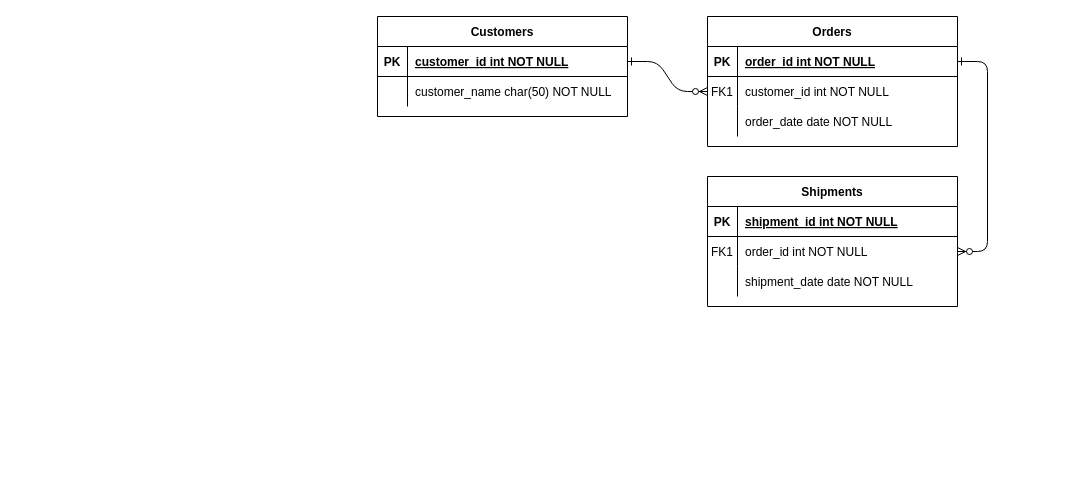
The draw.io diagram page "Page-1" (1 of 2) of catalogo_filmes.drawio in adrianopspadilha/BDR-W, before the edit. Source tidied: cells renumbered, new cells numbered last; positions are measured from the earlier drawing's top-left corner, leaving out a move shared by most shapes. Both pictures are drawn from the tidied source at 100%, with x=0, y=0 at pixel (377, 16).
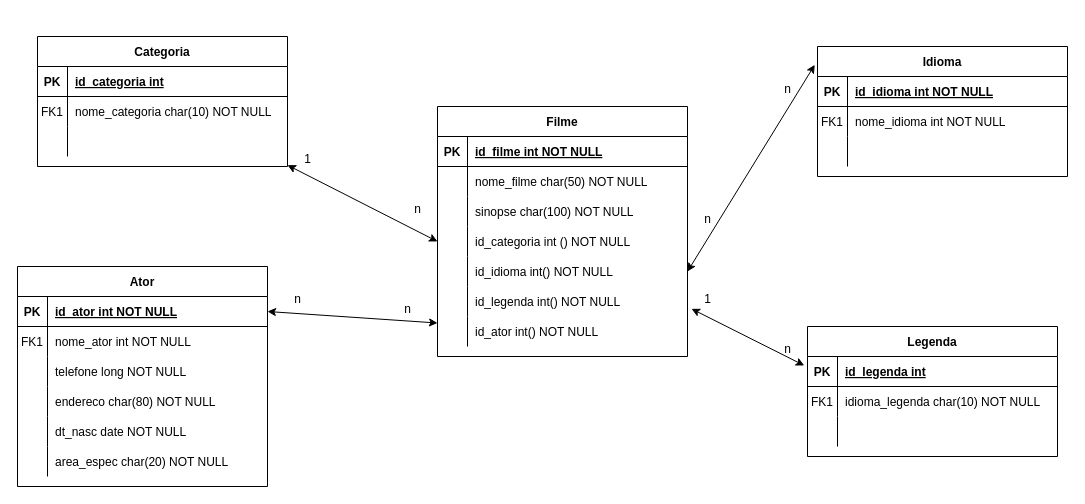
The same page after the edit.

Unchanged cells that the change refers to:
```xml
<mxCell id="5" style="shape=partialRectangle;fillColor=none;points=[[0,0.5],[1,0.5]];portConstraint=eastwest;top=0;left=0;right=0;bottom=1;" parent="4" vertex="1">
  <mxGeometry y="30" width="250" height="30" as="geometry" />
</mxCell>
<mxCell id="8" style="shape=partialRectangle;fillColor=none;points=[[0,0.5],[1,0.5]];portConstraint=eastwest;top=0;left=0;right=0;bottom=0;" parent="4" vertex="1">
  <mxGeometry y="60" width="250" height="30" as="geometry" />
</mxCell>
<mxCell id="11" style="shape=partialRectangle;fillColor=none;top=0;left=0;right=0;bottom=0;" parent="4" vertex="1">
  <mxGeometry y="90" width="250" height="30" as="geometry" />
</mxCell>
<mxCell id="15" style="shape=partialRectangle;fillColor=none;top=0;left=0;right=0;bottom=1;" parent="14" vertex="1">
  <mxGeometry y="30" width="250" height="30" as="geometry" />
</mxCell>
<mxCell id="18" style="shape=partialRectangle;fillColor=none;points=[[0,0.5],[1,0.5]];portConstraint=eastwest;top=0;left=0;right=0;bottom=0;" parent="14" vertex="1">
  <mxGeometry y="60" width="250" height="30" as="geometry" />
</mxCell>
<mxCell id="21" style="shape=partialRectangle;fillColor=none;top=0;left=0;right=0;bottom=0;" parent="14" vertex="1">
  <mxGeometry y="90" width="250" height="30" as="geometry" />
</mxCell>
<mxCell id="25" style="shape=partialRectangle;fillColor=none;points=[[0,0.5],[1,0.5]];portConstraint=eastwest;top=0;left=0;right=0;bottom=1;" parent="24" vertex="1">
  <mxGeometry y="30" width="250" height="30" as="geometry" />
</mxCell>
<mxCell id="28" style="shape=partialRectangle;fillColor=none;top=0;left=0;right=0;bottom=0;" parent="24" vertex="1">
  <mxGeometry y="60" width="250" height="30" as="geometry" />
</mxCell>
```

The edit, as a diff of the source:
```diff
@@
-    <mxCell id="2" style="edgeStyle=entityRelationEdgeStyle;endArrow=ERzeroToMany;startArrow=ERone;endFill=1;startFill=0;" parent="1" edge="1" source="25" target="8">
-      <mxGeometry relative="1" as="geometry" />
-    </mxCell>
-    <mxCell id="3" style="edgeStyle=entityRelationEdgeStyle;endArrow=ERzeroToMany;startArrow=ERone;endFill=1;startFill=0;" parent="1" edge="1" source="5" target="18">
-      <mxGeometry relative="1" as="geometry" />
-    </mxCell>
-    <mxCell id="4" value="Orders" style="shape=table;startSize=30;childLayout=tableLayout;rowLines=0;fontStyle=1;align=center;" parent="1" vertex="1">
-      <mxGeometry x="330" width="250" height="130" as="geometry" />
+    <mxCell id="4" value="Ator" style="shape=table;startSize=30;childLayout=tableLayout;rowLines=0;fontStyle=1;align=center;" parent="1" vertex="1">
+      <mxGeometry x="-360" y="250" width="250" height="220" as="geometry" />
     </mxCell>
@@
-    <mxCell id="7" value="order_id int NOT NULL " style="shape=partialRectangle;overflow=hidden;fillColor=none;top=0;left=0;bottom=0;right=0;align=left;spacingLeft=6;fontStyle=5;" parent="5" vertex="1">
+    <mxCell id="7" value="id_ator int NOT NULL " style="shape=partialRectangle;overflow=hidden;fillColor=none;top=0;left=0;bottom=0;right=0;align=left;spacingLeft=6;fontStyle=5;" parent="5" vertex="1">
       <mxGeometry x="30" width="220" height="30" as="geometry" />
     </mxCell>
@@
-    <mxCell id="10" value="customer_id int NOT NULL" style="shape=partialRectangle;overflow=hidden;fillColor=none;top=0;left=0;bottom=0;right=0;align=left;spacingLeft=6;" parent="8" vertex="1">
+    <mxCell id="10" value="nome_ator int NOT NULL" style="shape=partialRectangle;overflow=hidden;fillColor=none;top=0;left=0;bottom=0;right=0;align=left;spacingLeft=6;" parent="8" vertex="1">
       <mxGeometry x="30" width="220" height="30" as="geometry" />
     </mxCell>
@@
-    <mxCell id="13" value="order_date date NOT NULL" style="shape=partialRectangle;overflow=hidden;fillColor=none;top=0;left=0;bottom=0;right=0;align=left;spacingLeft=6;" parent="11" vertex="1">
+    <mxCell id="13" value="telefone long NOT NULL" style="shape=partialRectangle;overflow=hidden;fillColor=none;top=0;left=0;bottom=0;right=0;align=left;spacingLeft=6;" parent="11" vertex="1">
       <mxGeometry x="30" width="220" height="30" as="geometry" />
     </mxCell>
+    <mxCell id="31" style="shape=partialRectangle;fillColor=none;top=0;left=0;right=0;bottom=0;" parent="4" vertex="1">
+      <mxGeometry y="120" width="250" height="30" as="geometry" />
+    </mxCell>
+    <mxCell id="32" style="shape=partialRectangle;overflow=hidden;fillColor=none;top=0;left=0;bottom=0;right=0;" parent="31" vertex="1">
+      <mxGeometry width="30" height="30" as="geometry" />
+    </mxCell>
+    <mxCell id="33" value="endereco char(80) NOT NULL" style="shape=partialRectangle;overflow=hidden;fillColor=none;top=0;left=0;bottom=0;right=0;align=left;spacingLeft=6;" parent="31" vertex="1">
+      <mxGeometry x="30" width="220" height="30" as="geometry" />
+    </mxCell>
+    <mxCell id="34" style="shape=partialRectangle;fillColor=none;top=0;left=0;right=0;bottom=0;" parent="4" vertex="1">
+      <mxGeometry y="150" width="250" height="30" as="geometry" />
+    </mxCell>
+    <mxCell id="35" style="shape=partialRectangle;overflow=hidden;fillColor=none;top=0;left=0;bottom=0;right=0;" parent="34" vertex="1">
+      <mxGeometry width="30" height="30" as="geometry" />
+    </mxCell>
+    <mxCell id="36" value="dt_nasc date NOT NULL" style="shape=partialRectangle;overflow=hidden;fillColor=none;top=0;left=0;bottom=0;right=0;align=left;spacingLeft=6;" parent="34" vertex="1">
+      <mxGeometry x="30" width="220" height="30" as="geometry" />
+    </mxCell>
+    <mxCell id="37" style="shape=partialRectangle;fillColor=none;top=0;left=0;right=0;bottom=0;" parent="4" vertex="1">
+      <mxGeometry y="180" width="250" height="30" as="geometry" />
+    </mxCell>
+    <mxCell id="38" style="shape=partialRectangle;overflow=hidden;fillColor=none;top=0;left=0;bottom=0;right=0;" parent="37" vertex="1">
+      <mxGeometry width="30" height="30" as="geometry" />
+    </mxCell>
+    <mxCell id="39" value="area_espec char(20) NOT NULL" style="shape=partialRectangle;overflow=hidden;fillColor=none;top=0;left=0;bottom=0;right=0;align=left;spacingLeft=6;" parent="37" vertex="1">
+      <mxGeometry x="30" width="220" height="30" as="geometry" />
+    </mxCell>
-    <mxCell id="14" value="Shipments" style="shape=table;startSize=30;childLayout=tableLayout;rowLines=0;fontStyle=1;align=center;" parent="1" vertex="1">
-      <mxGeometry x="330" y="160" width="250" height="130" as="geometry" />
+    <mxCell id="14" value="Idioma" style="shape=table;startSize=30;childLayout=tableLayout;rowLines=0;fontStyle=1;align=center;" parent="1" vertex="1">
+      <mxGeometry x="440" y="30" width="250" height="130" as="geometry" />
     </mxCell>
@@
-    <mxCell id="17" value="shipment_id int NOT NULL " style="shape=partialRectangle;overflow=hidden;fillColor=none;top=0;left=0;bottom=0;right=0;align=left;spacingLeft=6;fontStyle=5;" parent="15" vertex="1">
+    <mxCell id="17" value="id_idioma int NOT NULL " style="shape=partialRectangle;overflow=hidden;fillColor=none;top=0;left=0;bottom=0;right=0;align=left;spacingLeft=6;fontStyle=5;" parent="15" vertex="1">
       <mxGeometry x="30" width="220" height="30" as="geometry" />
     </mxCell>
@@
-    <mxCell id="20" value="order_id int NOT NULL" style="shape=partialRectangle;overflow=hidden;fillColor=none;top=0;left=0;bottom=0;right=0;align=left;spacingLeft=6;" parent="18" vertex="1">
+    <mxCell id="20" value="nome_idioma int NOT NULL" style="shape=partialRectangle;overflow=hidden;fillColor=none;top=0;left=0;bottom=0;right=0;align=left;spacingLeft=6;" parent="18" vertex="1">
       <mxGeometry x="30" width="220" height="30" as="geometry" />
     </mxCell>
@@
-    <mxCell id="23" value="shipment_date date NOT NULL" style="shape=partialRectangle;overflow=hidden;fillColor=none;top=0;left=0;bottom=0;right=0;align=left;spacingLeft=6;" parent="21" vertex="1">
+    <mxCell id="23" style="shape=partialRectangle;overflow=hidden;fillColor=none;top=0;left=0;bottom=0;right=0;align=left;spacingLeft=6;" parent="21" vertex="1">
       <mxGeometry x="30" width="220" height="30" as="geometry" />
     </mxCell>
-    <mxCell id="24" value="Customers" style="shape=table;startSize=30;childLayout=tableLayout;rowLines=0;fontStyle=1;align=center;" parent="1" vertex="1">
-      <mxGeometry width="250" height="100" as="geometry" />
+    <mxCell id="24" value="Filme" style="shape=table;startSize=30;childLayout=tableLayout;rowLines=0;fontStyle=1;align=center;" parent="1" vertex="1">
+      <mxGeometry x="60" y="90" width="250" height="250" as="geometry" />
     </mxCell>
@@
-    <mxCell id="27" value="customer_id int NOT NULL " style="shape=partialRectangle;overflow=hidden;fillColor=none;top=0;left=0;bottom=0;right=0;align=left;spacingLeft=6;fontStyle=5;" parent="25" vertex="1">
+    <mxCell id="27" value="id_filme int NOT NULL" style="shape=partialRectangle;overflow=hidden;fillColor=none;top=0;left=0;bottom=0;right=0;align=left;spacingLeft=6;fontStyle=5;" parent="25" vertex="1">
       <mxGeometry x="30" width="220" height="30" as="geometry" />
     </mxCell>
@@
-    <mxCell id="30" value="customer_name char(50) NOT NULL" style="shape=partialRectangle;overflow=hidden;fillColor=none;top=0;left=0;bottom=0;right=0;align=left;spacingLeft=6;" parent="28" vertex="1">
+    <mxCell id="30" value="nome_filme char(50) NOT NULL" style="shape=partialRectangle;overflow=hidden;fillColor=none;top=0;left=0;bottom=0;right=0;align=left;spacingLeft=6;" parent="28" vertex="1">
       <mxGeometry x="30" width="220" height="30" as="geometry" />
     </mxCell>
+    <mxCell id="40" style="shape=partialRectangle;fillColor=none;top=0;left=0;right=0;bottom=0;" parent="24" vertex="1">
+      <mxGeometry y="90" width="250" height="30" as="geometry" />
+    </mxCell>
+    <mxCell id="41" style="shape=partialRectangle;overflow=hidden;fillColor=none;top=0;left=0;bottom=0;right=0;" parent="40" vertex="1">
+      <mxGeometry width="30" height="30" as="geometry" />
+    </mxCell>
+    <mxCell id="42" value="sinopse char(100) NOT NULL" style="shape=partialRectangle;overflow=hidden;fillColor=none;top=0;left=0;bottom=0;right=0;align=left;spacingLeft=6;" parent="40" vertex="1">
+      <mxGeometry x="30" width="220" height="30" as="geometry" />
+    </mxCell>
+    <mxCell id="43" style="shape=partialRectangle;fillColor=none;points=[[0,0.5],[1,0.5]];portConstraint=eastwest;top=0;left=0;right=0;bottom=0;" parent="24" vertex="1">
+      <mxGeometry y="120" width="250" height="30" as="geometry" />
+    </mxCell>
+    <mxCell id="44" style="shape=partialRectangle;overflow=hidden;fillColor=none;top=0;left=0;bottom=0;right=0;" parent="43" vertex="1">
+      <mxGeometry width="30" height="30" as="geometry" />
+    </mxCell>
+    <mxCell id="45" value="id_categoria int () NOT NULL" style="shape=partialRectangle;overflow=hidden;fillColor=none;top=0;left=0;bottom=0;right=0;align=left;spacingLeft=6;" parent="43" vertex="1">
+      <mxGeometry x="30" width="220" height="30" as="geometry" />
+    </mxCell>
+    <mxCell id="46" style="shape=partialRectangle;fillColor=none;points=[[0,0.5],[1,0.5]];portConstraint=eastwest;top=0;left=0;right=0;bottom=0;" parent="24" vertex="1">
+      <mxGeometry y="150" width="250" height="30" as="geometry" />
+    </mxCell>
+    <mxCell id="47" style="shape=partialRectangle;overflow=hidden;fillColor=none;top=0;left=0;bottom=0;right=0;" parent="46" vertex="1">
+      <mxGeometry width="30" height="30" as="geometry" />
+    </mxCell>
+    <mxCell id="48" value="id_idioma int() NOT NULL" style="shape=partialRectangle;overflow=hidden;fillColor=none;top=0;left=0;bottom=0;right=0;align=left;spacingLeft=6;" parent="46" vertex="1">
+      <mxGeometry x="30" width="220" height="30" as="geometry" />
+    </mxCell>
+    <mxCell id="49" style="shape=partialRectangle;fillColor=none;points=[[0,0.5],[1,0.5]];portConstraint=eastwest;top=0;left=0;right=0;bottom=0;" parent="24" vertex="1">
+      <mxGeometry y="180" width="250" height="30" as="geometry" />
+    </mxCell>
+    <mxCell id="50" style="shape=partialRectangle;overflow=hidden;fillColor=none;top=0;left=0;bottom=0;right=0;" parent="49" vertex="1">
+      <mxGeometry width="30" height="30" as="geometry" />
+    </mxCell>
+    <mxCell id="51" value="id_legenda int() NOT NULL" style="shape=partialRectangle;overflow=hidden;fillColor=none;top=0;left=0;bottom=0;right=0;align=left;spacingLeft=6;" parent="49" vertex="1">
+      <mxGeometry x="30" width="220" height="30" as="geometry" />
+    </mxCell>
+    <mxCell id="52" style="shape=partialRectangle;fillColor=none;points=[[0,0.5],[1,0.5]];portConstraint=eastwest;top=0;left=0;right=0;bottom=0;" parent="24" vertex="1">
+      <mxGeometry y="210" width="250" height="30" as="geometry" />
+    </mxCell>
+    <mxCell id="53" style="shape=partialRectangle;overflow=hidden;fillColor=none;top=0;left=0;bottom=0;right=0;" parent="52" vertex="1">
+      <mxGeometry width="30" height="30" as="geometry" />
+    </mxCell>
+    <mxCell id="54" value="id_ator int() NOT NULL" style="shape=partialRectangle;overflow=hidden;fillColor=none;top=0;left=0;bottom=0;right=0;align=left;spacingLeft=6;" parent="52" vertex="1">
+      <mxGeometry x="30" width="220" height="30" as="geometry" />
+    </mxCell>
+    <mxCell id="55" value="Legenda" style="shape=table;startSize=30;childLayout=tableLayout;rowLines=0;fontStyle=1;align=center;" parent="1" vertex="1">
+      <mxGeometry x="430" y="310" width="250" height="130" as="geometry" />
+    </mxCell>
+    <mxCell id="56" style="shape=partialRectangle;fillColor=none;points=[[0,0.5],[1,0.5]];portConstraint=eastwest;top=0;left=0;right=0;bottom=1;" parent="55" vertex="1">
+      <mxGeometry y="30" width="250" height="30" as="geometry" />
+    </mxCell>
+    <mxCell id="57" value="PK" style="shape=partialRectangle;overflow=hidden;fillColor=none;top=0;left=0;bottom=0;right=0;fontStyle=1;" parent="56" vertex="1">
+      <mxGeometry width="30" height="30" as="geometry" />
+    </mxCell>
+    <mxCell id="58" value="id_legenda int" style="shape=partialRectangle;overflow=hidden;fillColor=none;top=0;left=0;bottom=0;right=0;align=left;spacingLeft=6;fontStyle=5;" parent="56" vertex="1">
+      <mxGeometry x="30" width="220" height="30" as="geometry" />
+    </mxCell>
+    <mxCell id="59" style="shape=partialRectangle;fillColor=none;top=0;left=0;right=0;bottom=0;" parent="55" vertex="1">
+      <mxGeometry y="60" width="250" height="30" as="geometry" />
+    </mxCell>
+    <mxCell id="60" value="FK1" style="shape=partialRectangle;overflow=hidden;fillColor=none;top=0;left=0;bottom=0;right=0;" parent="59" vertex="1">
+      <mxGeometry width="30" height="30" as="geometry" />
+    </mxCell>
+    <mxCell id="61" value="idioma_legenda char(10) NOT NULL" style="shape=partialRectangle;overflow=hidden;fillColor=none;top=0;left=0;bottom=0;right=0;align=left;spacingLeft=6;" parent="59" vertex="1">
+      <mxGeometry x="30" width="220" height="30" as="geometry" />
+    </mxCell>
+    <mxCell id="62" style="shape=partialRectangle;fillColor=none;top=0;left=0;right=0;bottom=0;" parent="55" vertex="1">
+      <mxGeometry y="90" width="250" height="30" as="geometry" />
+    </mxCell>
+    <mxCell id="63" style="shape=partialRectangle;overflow=hidden;fillColor=none;top=0;left=0;bottom=0;right=0;" parent="62" vertex="1">
+      <mxGeometry width="30" height="30" as="geometry" />
+    </mxCell>
+    <mxCell id="64" style="shape=partialRectangle;overflow=hidden;fillColor=none;top=0;left=0;bottom=0;right=0;align=left;spacingLeft=6;" parent="62" vertex="1">
+      <mxGeometry x="30" width="220" height="30" as="geometry" />
+    </mxCell>
+    <mxCell id="65" value="Categoria" style="shape=table;startSize=30;childLayout=tableLayout;rowLines=0;fontStyle=1;align=center;" parent="1" vertex="1">
+      <mxGeometry x="-340" y="20" width="250" height="130" as="geometry" />
+    </mxCell>
+    <mxCell id="66" style="shape=partialRectangle;fillColor=none;top=0;left=0;right=0;bottom=1;" parent="65" vertex="1">
+      <mxGeometry y="30" width="250" height="30" as="geometry" />
+    </mxCell>
+    <mxCell id="67" value="PK" style="shape=partialRectangle;overflow=hidden;fillColor=none;top=0;left=0;bottom=0;right=0;fontStyle=1;" parent="66" vertex="1">
+      <mxGeometry width="30" height="30" as="geometry" />
+    </mxCell>
+    <mxCell id="68" value="id_categoria int" style="shape=partialRectangle;overflow=hidden;fillColor=none;top=0;left=0;bottom=0;right=0;align=left;spacingLeft=6;fontStyle=5;" parent="66" vertex="1">
+      <mxGeometry x="30" width="220" height="30" as="geometry" />
+    </mxCell>
+    <mxCell id="69" style="shape=partialRectangle;fillColor=none;top=0;left=0;right=0;bottom=0;" parent="65" vertex="1">
+      <mxGeometry y="60" width="250" height="30" as="geometry" />
+    </mxCell>
+    <mxCell id="70" value="FK1" style="shape=partialRectangle;overflow=hidden;fillColor=none;top=0;left=0;bottom=0;right=0;" parent="69" vertex="1">
+      <mxGeometry width="30" height="30" as="geometry" />
+    </mxCell>
+    <mxCell id="71" value="nome_categoria char(10) NOT NULL" style="shape=partialRectangle;overflow=hidden;fillColor=none;top=0;left=0;bottom=0;right=0;align=left;spacingLeft=6;" parent="69" vertex="1">
+      <mxGeometry x="30" width="220" height="30" as="geometry" />
+    </mxCell>
+    <mxCell id="72" style="shape=partialRectangle;fillColor=none;top=0;left=0;right=0;bottom=0;" parent="65" vertex="1">
+      <mxGeometry y="90" width="250" height="30" as="geometry" />
+    </mxCell>
+    <mxCell id="73" style="shape=partialRectangle;overflow=hidden;fillColor=none;top=0;left=0;bottom=0;right=0;" parent="72" vertex="1">
+      <mxGeometry width="30" height="30" as="geometry" />
+    </mxCell>
+    <mxCell id="74" style="shape=partialRectangle;overflow=hidden;fillColor=none;top=0;left=0;bottom=0;right=0;align=left;spacingLeft=6;" parent="72" vertex="1">
+      <mxGeometry x="30" width="220" height="30" as="geometry" />
+    </mxCell>
+    <mxCell id="75" style="endArrow=classic;startArrow=classic;html=1;rounded=0;entryX=-0.011;entryY=0.141;entryDx=0;entryDy=0;entryPerimeter=0;exitX=1;exitY=0.5;exitDx=0;exitDy=0;" parent="1" edge="1" source="46" target="14">
+      <mxGeometry relative="1" as="geometry" />
+    </mxCell>
+    <mxCell id="76" style="endArrow=classic;startArrow=classic;html=1;rounded=0;entryX=-0.013;entryY=0.3;entryDx=0;entryDy=0;entryPerimeter=0;exitX=1.016;exitY=0.744;exitDx=0;exitDy=0;exitPerimeter=0;" parent="1" edge="1" source="49" target="56">
+      <mxGeometry relative="1" as="geometry" />
+    </mxCell>
+    <mxCell id="77" style="endArrow=classic;startArrow=classic;html=1;rounded=0;entryX=0;entryY=0.5;entryDx=0;entryDy=0;" parent="1" edge="1" source="65" target="43">
+      <mxGeometry relative="1" as="geometry" />
+    </mxCell>
+    <mxCell id="78" style="endArrow=classic;startArrow=classic;html=1;rounded=0;exitX=1;exitY=0.5;exitDx=0;exitDy=0;" parent="1" edge="1" source="5" target="52">
+      <mxGeometry relative="1" as="geometry" />
+    </mxCell>
+    <mxCell id="79" value="1" style="text;html=1;align=center;verticalAlign=middle;strokeColor=none;fillColor=none;" parent="1" vertex="1">
+      <mxGeometry x="-85" y="128" width="30" height="30" as="geometry" />
+    </mxCell>
+    <mxCell id="80" value="n" style="text;html=1;align=center;verticalAlign=middle;strokeColor=none;fillColor=none;" parent="1" vertex="1">
+      <mxGeometry x="25" y="178" width="30" height="30" as="geometry" />
+    </mxCell>
+    <mxCell id="81" value="n" style="text;html=1;align=center;verticalAlign=middle;strokeColor=none;fillColor=none;" parent="1" vertex="1">
+      <mxGeometry x="-95" y="268" width="30" height="30" as="geometry" />
+    </mxCell>
+    <mxCell id="82" value="n" style="text;html=1;align=center;verticalAlign=middle;strokeColor=none;fillColor=none;" parent="1" vertex="1">
+      <mxGeometry x="15" y="278" width="30" height="30" as="geometry" />
+    </mxCell>
+    <mxCell id="83" value="n" style="text;html=1;align=center;verticalAlign=middle;strokeColor=none;fillColor=none;" parent="1" vertex="1">
+      <mxGeometry x="395" y="58" width="30" height="30" as="geometry" />
+    </mxCell>
+    <mxCell id="84" value="n" style="text;html=1;align=center;verticalAlign=middle;strokeColor=none;fillColor=none;" parent="1" vertex="1">
+      <mxGeometry x="315" y="188" width="30" height="30" as="geometry" />
+    </mxCell>
+    <mxCell id="85" value="n" style="text;html=1;align=center;verticalAlign=middle;strokeColor=none;fillColor=none;" parent="1" vertex="1">
+      <mxGeometry x="395" y="318" width="30" height="30" as="geometry" />
+    </mxCell>
+    <mxCell id="86" value="1" style="text;html=1;align=center;verticalAlign=middle;strokeColor=none;fillColor=none;" parent="1" vertex="1">
+      <mxGeometry x="315" y="268" width="30" height="30" as="geometry" />
+    </mxCell>
```
